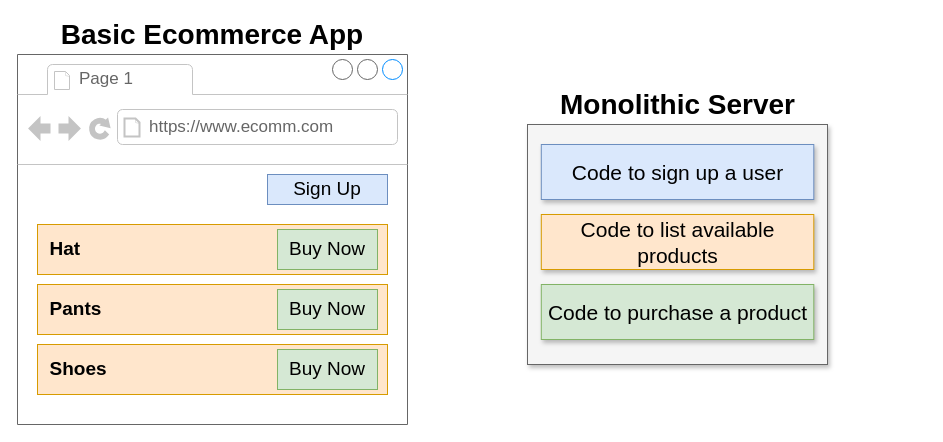
Above: page "03" (3 of 8) of class/03-basic-micro-services/03-basic-micro-services.drawio in scalable-web-systems/497s-F22 (draw.io), before the change. Source tidied: cells renumbered, new cells numbered last; positions are measured from the earlier drawing's top-left corner, leaving out a move shared by most shapes. Both pictures are drawn from the tidied source at 100%, with x=0, y=0 at pixel (17, 24).
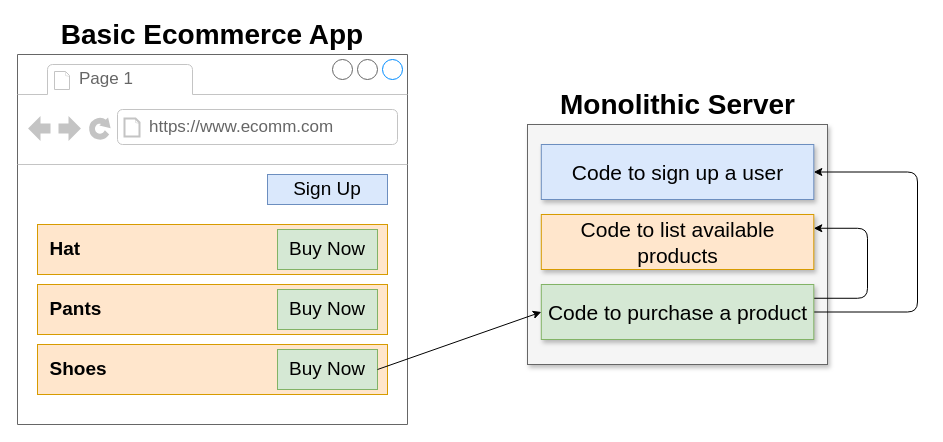
The same page after the edit.

Unchanged cells that the change refers to:
```xml
<mxCell id="11" value="Buy Now" style="rounded=0;whiteSpace=wrap;html=1;shadow=0;fontSize=19;fillColor=#d5e8d4;strokeColor=#82b366;" parent="2" vertex="1">
  <mxGeometry x="260" y="295" width="100" height="40" as="geometry" />
</mxCell>
<mxCell id="15" value="Code to sign up a user" style="rounded=0;whiteSpace=wrap;html=1;shadow=1;fontSize=21;fillColor=#dae8fc;strokeColor=#6c8ebf;" parent="1" vertex="1">
  <mxGeometry x="523.8" y="120" width="272.5" height="55" as="geometry" />
</mxCell>
<mxCell id="16" value="Code to list available products" style="rounded=0;whiteSpace=wrap;html=1;shadow=1;fontSize=21;fillColor=#ffe6cc;strokeColor=#d79b00;" parent="1" vertex="1">
  <mxGeometry x="523.8" y="190" width="272.5" height="55" as="geometry" />
</mxCell>
<mxCell id="17" value="Code to purchase a product" style="rounded=0;whiteSpace=wrap;html=1;shadow=1;fontSize=21;fillColor=#d5e8d4;strokeColor=#82b366;" parent="1" vertex="1">
  <mxGeometry x="523.8" y="260" width="272.5" height="55" as="geometry" />
</mxCell>
```

Change to the diagram source:
```diff
@@
+    <mxCell id="18" style="edgeStyle=orthogonalEdgeStyle;html=1;exitX=1;exitY=0.5;exitDx=0;exitDy=0;entryX=1;entryY=0.5;entryDx=0;entryDy=0;" parent="1" edge="1" source="17" target="15">
+      <mxGeometry relative="1" as="geometry">
+        <Array as="points">
+          <mxPoint x="900" y="288" />
+          <mxPoint x="900" y="148" />
+        </Array>
+      </mxGeometry>
+    </mxCell>
+    <mxCell id="19" style="edgeStyle=orthogonalEdgeStyle;html=1;exitX=1;exitY=0.25;exitDx=0;exitDy=0;entryX=1;entryY=0.25;entryDx=0;entryDy=0;" parent="1" edge="1" source="17" target="16">
+      <mxGeometry relative="1" as="geometry">
+        <Array as="points">
+          <mxPoint x="850" y="274" />
+          <mxPoint x="850" y="204" />
+        </Array>
+      </mxGeometry>
+    </mxCell>
@@
+    <mxCell id="20" style="edgeStyle=none;html=1;exitX=1;exitY=0.5;exitDx=0;exitDy=0;entryX=0;entryY=0.5;entryDx=0;entryDy=0;" parent="1" edge="1" source="11" target="17">
+      <mxGeometry relative="1" as="geometry" />
+    </mxCell>
```
